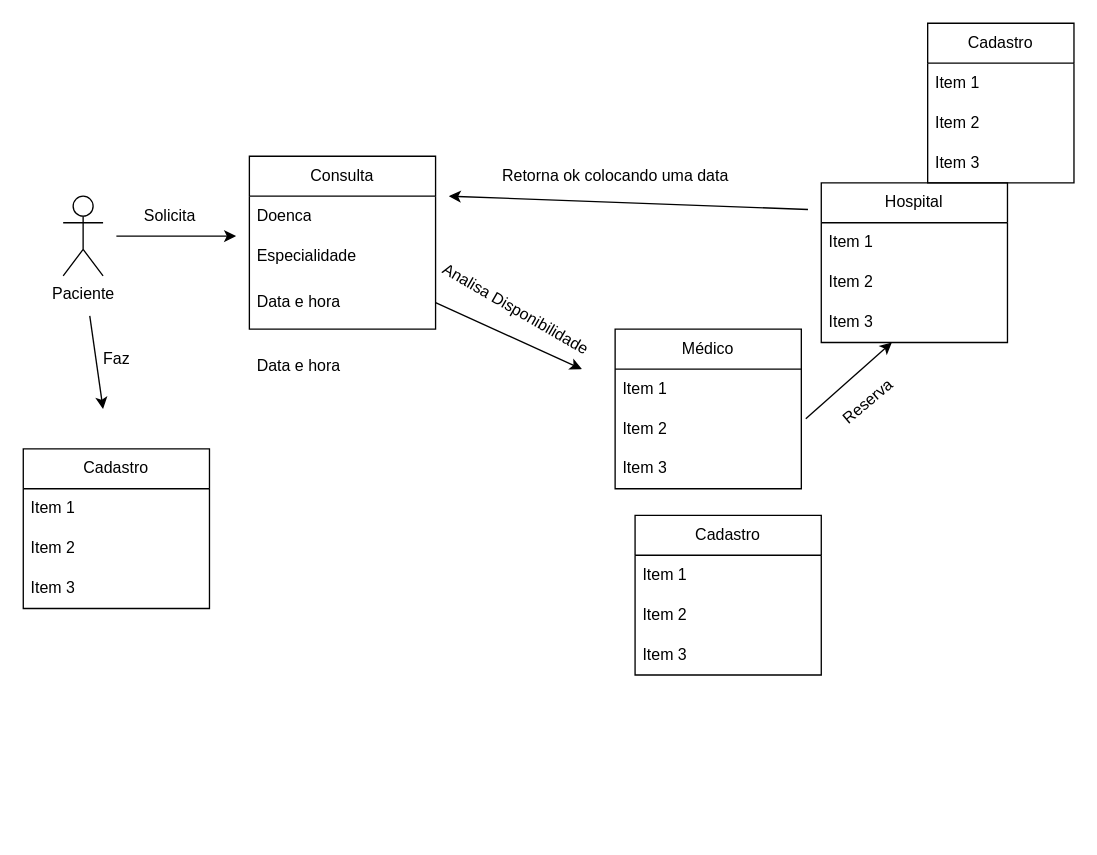
Above: Untitled Diagram.drawio in EnosGomes/consulta-ai-backend (draw.io), before the change. Source tidied: cells renumbered, new cells numbered last; positions are measured from the earlier drawing's top-left corner, leaving out a move shared by most shapes. Both pictures are drawn from the tidied source at 133%, with x=0, y=0 at pixel (23, 23).
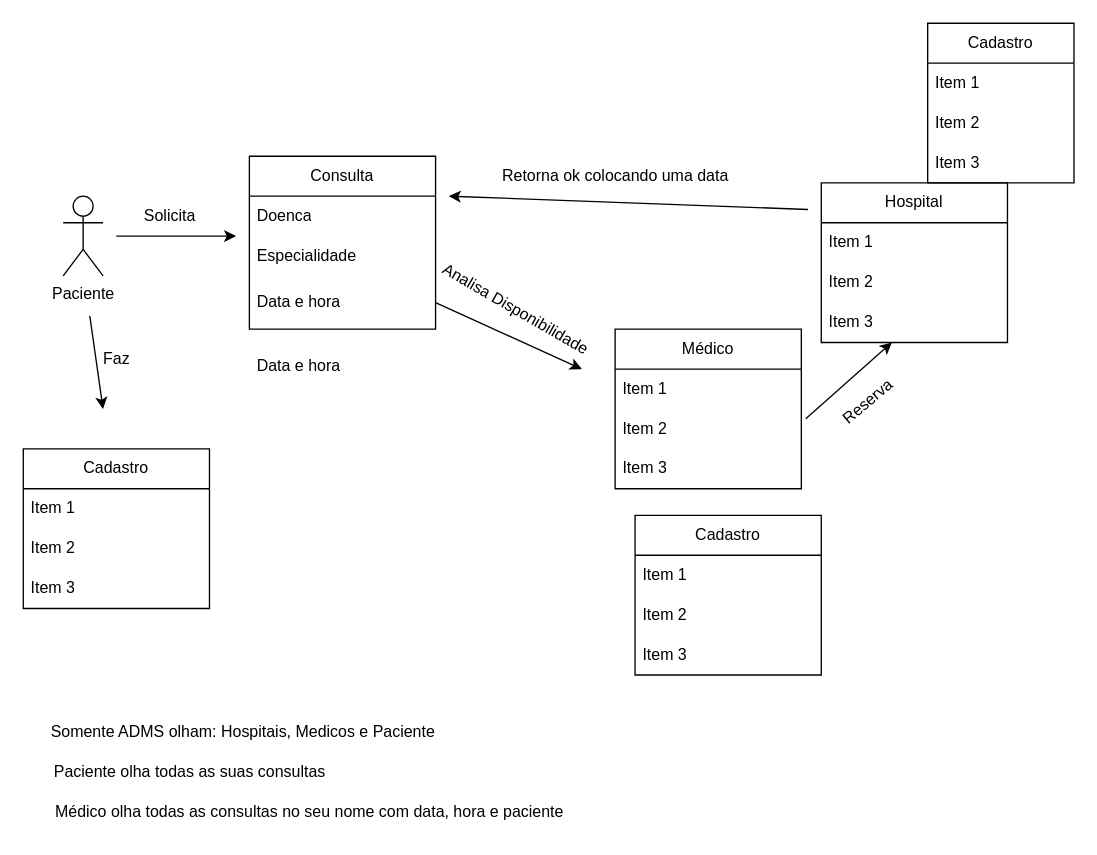
The same diagram, later.

Diff of the diagram source:
```diff
@@
+    <mxCell id="38" value="Somente ADMS olham: Hospitais, Medicos e Paciente" style="text;html=1;align=center;verticalAlign=middle;strokeColor=none;fillColor=none;" parent="1" vertex="1">
+      <mxGeometry x="10" y="518" width="310" height="30" as="geometry" />
+    </mxCell>
+    <mxCell id="39" value="Paciente olha todas as suas consultas" style="text;html=1;align=center;verticalAlign=middle;strokeColor=none;fillColor=none;" parent="1" vertex="1">
+      <mxGeometry x="10" y="548" width="230" height="30" as="geometry" />
+    </mxCell>
+    <mxCell id="40" value="Médico olha todas as consultas no seu nome com data, hora e paciente&lt;br&gt;" style="text;html=1;align=center;verticalAlign=middle;strokeColor=none;fillColor=none;" parent="1" vertex="1">
+      <mxGeometry x="10" y="578" width="410" height="30" as="geometry" />
+    </mxCell>
```
